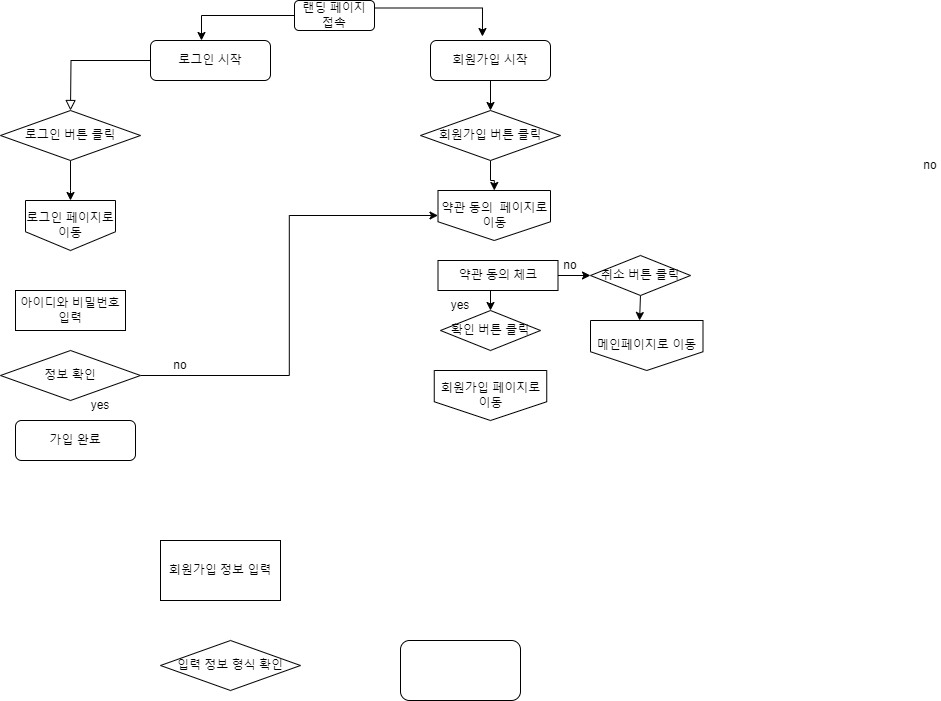
This is 로그인 플로우 차트.png from hyeonjeong0302/Hyeonjeong_JANG_Login, a draw.io export, as it was before one commit. Source tidied: cells renumbered, new cells last; positions are measured from the earlier drawing's top-left corner, leaving out a move shared by most shapes. Its diagram source:
```xml
<mxGraphModel>
  <root>
    <mxCell id="0" />
    <mxCell id="1" parent="0" />
    <mxCell id="2" style="rounded=0;html=1;jettySize=auto;fontSize=11;endArrow=block;endFill=0;endSize=8;strokeWidth=1;shadow=0;labelBackgroundColor=none;edgeStyle=orthogonalEdgeStyle;" parent="1" edge="1" source="3">
      <mxGeometry relative="1" as="geometry">
        <mxPoint x="70" y="110" as="targetPoint" />
      </mxGeometry>
    </mxCell>
    <mxCell id="3" value="로그인 시작" style="rounded=1;whiteSpace=wrap;html=1;fontSize=12;glass=0;strokeWidth=1;shadow=0;" parent="1" vertex="1">
      <mxGeometry x="150" y="40" width="120" height="40" as="geometry" />
    </mxCell>
    <mxCell id="4" style="edgeStyle=orthogonalEdgeStyle;rounded=0;jettySize=auto;html=1;exitX=0;exitY=0.5;exitDx=0;exitDy=0;entryX=0.425;entryY=0;entryDx=0;entryDy=0;entryPerimeter=0;" parent="1" edge="1" source="6" target="3">
      <mxGeometry relative="1" as="geometry" />
    </mxCell>
    <mxCell id="5" style="edgeStyle=orthogonalEdgeStyle;rounded=0;jettySize=auto;html=1;exitX=1;exitY=0.25;exitDx=0;exitDy=0;entryX=0.433;entryY=-0.1;entryDx=0;entryDy=0;entryPerimeter=0;" parent="1" edge="1" source="6" target="8">
      <mxGeometry relative="1" as="geometry" />
    </mxCell>
    <mxCell id="6" value="랜딩 페이지 접속" style="rounded=1;whiteSpace=wrap;html=1;" parent="1" vertex="1">
      <mxGeometry x="294" width="80" height="30" as="geometry" />
    </mxCell>
    <mxCell id="7" style="edgeStyle=orthogonalEdgeStyle;rounded=0;jettySize=auto;html=1;exitX=0.5;exitY=1;exitDx=0;exitDy=0;entryX=0.5;entryY=0;entryDx=0;entryDy=0;" parent="1" edge="1" source="8" target="12">
      <mxGeometry relative="1" as="geometry" />
    </mxCell>
    <mxCell id="8" value="회원가입 시작" style="rounded=1;whiteSpace=wrap;html=1;fontSize=12;glass=0;strokeWidth=1;shadow=0;" parent="1" vertex="1">
      <mxGeometry x="430" y="40" width="120" height="40" as="geometry" />
    </mxCell>
    <mxCell id="9" style="edgeStyle=orthogonalEdgeStyle;rounded=0;jettySize=auto;html=1;exitX=0.5;exitY=1;exitDx=0;exitDy=0;entryX=0.5;entryY=0;entryDx=0;entryDy=0;" parent="1" edge="1" source="10" target="13">
      <mxGeometry relative="1" as="geometry">
        <Array as="points">
          <mxPoint x="70" y="190" />
        </Array>
      </mxGeometry>
    </mxCell>
    <mxCell id="10" value="로그인 버튼 클릭" style="rhombus;whiteSpace=wrap;html=1;" parent="1" vertex="1">
      <mxGeometry y="110" width="140" height="50" as="geometry" />
    </mxCell>
    <mxCell id="11" style="edgeStyle=orthogonalEdgeStyle;rounded=0;jettySize=auto;html=1;exitX=0.5;exitY=1;exitDx=0;exitDy=0;" parent="1" edge="1" source="12" target="14">
      <mxGeometry relative="1" as="geometry" />
    </mxCell>
    <mxCell id="12" value="회원가입 버튼 클릭" style="rhombus;whiteSpace=wrap;html=1;" parent="1" vertex="1">
      <mxGeometry x="420" y="110" width="140" height="50" as="geometry" />
    </mxCell>
    <mxCell id="13" value="로그인 페이지로 이동" style="shape=offPageConnector;whiteSpace=wrap;html=1;" parent="1" vertex="1">
      <mxGeometry x="25" y="200" width="90" height="50" as="geometry" />
    </mxCell>
    <mxCell id="14" value="약관 동의&amp;nbsp; 페이지로 이동" style="shape=offPageConnector;whiteSpace=wrap;html=1;" parent="1" vertex="1">
      <mxGeometry x="437.5" y="190" width="112.5" height="50" as="geometry" />
    </mxCell>
    <mxCell id="15" value="아이디와 비밀번호 입력" style="rounded=0;whiteSpace=wrap;html=1;" parent="1" vertex="1">
      <mxGeometry x="15" y="290" width="110" height="40" as="geometry" />
    </mxCell>
    <mxCell id="16" style="edgeStyle=orthogonalEdgeStyle;rounded=0;jettySize=auto;html=1;entryX=0;entryY=0.5;entryDx=0;entryDy=0;" parent="1" edge="1" source="17" target="14">
      <mxGeometry relative="1" as="geometry" />
    </mxCell>
    <mxCell id="17" value="정보 확인" style="rhombus;whiteSpace=wrap;html=1;" parent="1" vertex="1">
      <mxGeometry y="350" width="140" height="50" as="geometry" />
    </mxCell>
    <mxCell id="18" value="회원가입 정보 입력" style="rounded=0;whiteSpace=wrap;html=1;" parent="1" vertex="1">
      <mxGeometry x="160" y="540" width="120" height="60" as="geometry" />
    </mxCell>
    <mxCell id="19" value="입력 정보 형식 확인" style="rhombus;whiteSpace=wrap;html=1;" parent="1" vertex="1">
      <mxGeometry x="160" y="640" width="140" height="50" as="geometry" />
    </mxCell>
    <mxCell id="20" style="rounded=1;whiteSpace=wrap;html=1;" parent="1" vertex="1">
      <mxGeometry x="400" y="640" width="120" height="60" as="geometry" />
    </mxCell>
    <mxCell id="21" value="가입 완료" style="rounded=1;whiteSpace=wrap;html=1;fontSize=12;glass=0;strokeWidth=1;shadow=0;" parent="1" vertex="1">
      <mxGeometry x="15" y="420" width="120" height="40" as="geometry" />
    </mxCell>
    <mxCell id="22" value="no" style="text;html=1;strokeColor=none;fillColor=none;align=center;verticalAlign=middle;whiteSpace=wrap;rounded=0;" parent="1" vertex="1">
      <mxGeometry x="170" y="360" width="20" height="10" as="geometry" />
    </mxCell>
    <mxCell id="23" value="yes" style="text;html=1;strokeColor=none;fillColor=none;align=center;verticalAlign=middle;whiteSpace=wrap;rounded=0;" parent="1" vertex="1">
      <mxGeometry x="90" y="400" width="20" height="10" as="geometry" />
    </mxCell>
    <mxCell id="24" style="edgeStyle=orthogonalEdgeStyle;rounded=0;jettySize=auto;html=1;exitX=1;exitY=0.5;exitDx=0;exitDy=0;entryX=0;entryY=0.5;entryDx=0;entryDy=0;" parent="1" edge="1" source="26" target="29">
      <mxGeometry relative="1" as="geometry" />
    </mxCell>
    <mxCell id="25" style="edgeStyle=orthogonalEdgeStyle;rounded=0;jettySize=auto;html=1;exitX=0.5;exitY=1;exitDx=0;exitDy=0;entryX=0.5;entryY=0;entryDx=0;entryDy=0;" parent="1" edge="1" source="26" target="30">
      <mxGeometry relative="1" as="geometry" />
    </mxCell>
    <mxCell id="26" value="약관 동의 체크" style="rounded=0;whiteSpace=wrap;html=1;" parent="1" vertex="1">
      <mxGeometry x="437.5" y="260" width="120" height="30" as="geometry" />
    </mxCell>
    <mxCell id="27" value="메인페이지로 이동" style="shape=offPageConnector;whiteSpace=wrap;html=1;" parent="1" vertex="1">
      <mxGeometry x="590" y="320" width="112.5" height="50" as="geometry" />
    </mxCell>
    <mxCell id="28" style="edgeStyle=orthogonalEdgeStyle;rounded=0;jettySize=auto;html=1;exitX=0.5;exitY=1;exitDx=0;exitDy=0;entryX=0.436;entryY=0;entryDx=0;entryDy=0;entryPerimeter=0;" parent="1" edge="1" source="29" target="27">
      <mxGeometry relative="1" as="geometry" />
    </mxCell>
    <mxCell id="29" value="취소 버튼 클릭" style="rhombus;whiteSpace=wrap;html=1;" parent="1" vertex="1">
      <mxGeometry x="590" y="255" width="100" height="40" as="geometry" />
    </mxCell>
    <mxCell id="30" value="확인 버튼 클릭" style="rhombus;whiteSpace=wrap;html=1;" parent="1" vertex="1">
      <mxGeometry x="440" y="310" width="100" height="40" as="geometry" />
    </mxCell>
    <mxCell id="31" value="no" style="text;html=1;strokeColor=none;fillColor=none;align=center;verticalAlign=middle;whiteSpace=wrap;rounded=0;" parent="1" vertex="1">
      <mxGeometry x="560" y="260" width="20" height="10" as="geometry" />
    </mxCell>
    <mxCell id="32" value="no" style="text;html=1;strokeColor=none;fillColor=none;align=center;verticalAlign=middle;whiteSpace=wrap;rounded=0;" parent="1" vertex="1">
      <mxGeometry x="920" y="160" width="20" height="10" as="geometry" />
    </mxCell>
    <mxCell id="33" value="yes" style="text;html=1;strokeColor=none;fillColor=none;align=center;verticalAlign=middle;whiteSpace=wrap;rounded=0;" parent="1" vertex="1">
      <mxGeometry x="450" y="300" width="20" height="10" as="geometry" />
    </mxCell>
    <mxCell id="34" value="회원가입 페이지로 이동" style="shape=offPageConnector;whiteSpace=wrap;html=1;" parent="1" vertex="1">
      <mxGeometry x="433.8" y="370" width="112.5" height="50" as="geometry" />
    </mxCell>
  </root>
</mxGraphModel>
```
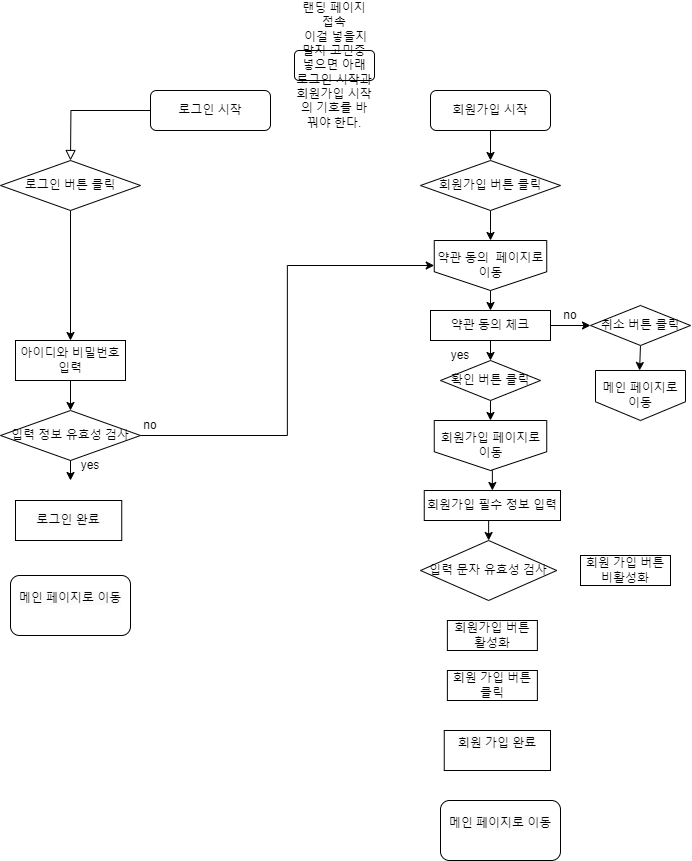
Above is the later version.

Commit message:
회원가입 후 로가우앗

Diff of the diagram source:
```diff
@@ -10,13 +10,7 @@
     <mxCell id="3" value="로그인 시작" style="rounded=1;whiteSpace=wrap;html=1;fontSize=12;glass=0;strokeWidth=1;shadow=0;" parent="1" vertex="1">
       <mxGeometry x="150" y="40" width="120" height="40" as="geometry" />
     </mxCell>
-    <mxCell id="4" style="edgeStyle=orthogonalEdgeStyle;rounded=0;jettySize=auto;html=1;exitX=0;exitY=0.5;exitDx=0;exitDy=0;entryX=0.425;entryY=0;entryDx=0;entryDy=0;entryPerimeter=0;" parent="1" edge="1" source="6" target="3">
-      <mxGeometry relative="1" as="geometry" />
-    </mxCell>
-    <mxCell id="5" style="edgeStyle=orthogonalEdgeStyle;rounded=0;jettySize=auto;html=1;exitX=1;exitY=0.25;exitDx=0;exitDy=0;entryX=0.433;entryY=-0.1;entryDx=0;entryDy=0;entryPerimeter=0;" parent="1" edge="1" source="6" target="8">
-      <mxGeometry relative="1" as="geometry" />
-    </mxCell>
-    <mxCell id="6" value="랜딩 페이지 접속" style="rounded=1;whiteSpace=wrap;html=1;" parent="1" vertex="1">
+    <mxCell id="6" value="랜딩 페이지 접속&lt;br&gt;&amp;nbsp;이걸 넣을지 말지 고민중 넣으면 아래 로그인 시작과 회원가입 시작의 기호를 바꿔야 한다." style="rounded=1;whiteSpace=wrap;html=1;" parent="1" vertex="1">
       <mxGeometry x="294" width="80" height="30" as="geometry" />
     </mxCell>
     <mxCell id="7" style="edgeStyle=orthogonalEdgeStyle;rounded=0;jettySize=auto;html=1;exitX=0.5;exitY=1;exitDx=0;exitDy=0;entryX=0.5;entryY=0;entryDx=0;entryDy=0;" parent="1" edge="1" source="8" target="12">
@@ -25,13 +19,9 @@
     <mxCell id="8" value="회원가입 시작" style="rounded=1;whiteSpace=wrap;html=1;fontSize=12;glass=0;strokeWidth=1;shadow=0;" parent="1" vertex="1">
       <mxGeometry x="430" y="40" width="120" height="40" as="geometry" />
     </mxCell>
-    <mxCell id="9" style="edgeStyle=orthogonalEdgeStyle;rounded=0;jettySize=auto;html=1;exitX=0.5;exitY=1;exitDx=0;exitDy=0;entryX=0.5;entryY=0;entryDx=0;entryDy=0;" parent="1" edge="1" source="10" target="13">
-      <mxGeometry relative="1" as="geometry">
-        <Array as="points">
-          <mxPoint x="70" y="190" />
-        </Array>
-      </mxGeometry>
-    </mxCell>
+    <mxCell id="35" style="edgeStyle=orthogonalEdgeStyle;rounded=0;jettySize=auto;html=1;exitX=0.5;exitY=1;exitDx=0;exitDy=0;entryX=0.5;entryY=0;entryDx=0;entryDy=0;" parent="1" edge="1" source="10" target="15">
+      <mxGeometry relative="1" as="geometry" />
+    </mxCell>
     <mxCell id="10" value="로그인 버튼 클릭" style="rhombus;whiteSpace=wrap;html=1;" parent="1" vertex="1">
       <mxGeometry y="110" width="140" height="50" as="geometry" />
     </mxCell>
@@ -41,38 +31,32 @@
     <mxCell id="12" value="회원가입 버튼 클릭" style="rhombus;whiteSpace=wrap;html=1;" parent="1" vertex="1">
       <mxGeometry x="420" y="110" width="140" height="50" as="geometry" />
     </mxCell>
-    <mxCell id="13" value="로그인 페이지로 이동" style="shape=offPageConnector;whiteSpace=wrap;html=1;" parent="1" vertex="1">
-      <mxGeometry x="25" y="200" width="90" height="50" as="geometry" />
-    </mxCell>
+    <mxCell id="36" style="edgeStyle=orthogonalEdgeStyle;rounded=0;jettySize=auto;html=1;exitX=0.5;exitY=1;exitDx=0;exitDy=0;entryX=0.5;entryY=0;entryDx=0;entryDy=0;" parent="1" edge="1" source="14" target="26">
+      <mxGeometry relative="1" as="geometry" />
+    </mxCell>
     <mxCell id="14" value="약관 동의&amp;nbsp; 페이지로 이동" style="shape=offPageConnector;whiteSpace=wrap;html=1;" parent="1" vertex="1">
-      <mxGeometry x="437.5" y="190" width="112.5" height="50" as="geometry" />
+      <mxGeometry x="433.8" y="190" width="112.5" height="50" as="geometry" />
     </mxCell>
+    <mxCell id="37" style="edgeStyle=orthogonalEdgeStyle;rounded=0;jettySize=auto;html=1;exitX=0.5;exitY=1;exitDx=0;exitDy=0;entryX=0.5;entryY=0;entryDx=0;entryDy=0;" parent="1" edge="1" source="15" target="17">
+      <mxGeometry relative="1" as="geometry" />
+    </mxCell>
     <mxCell id="15" value="아이디와 비밀번호 입력" style="rounded=0;whiteSpace=wrap;html=1;" parent="1" vertex="1">
       <mxGeometry x="15" y="290" width="110" height="40" as="geometry" />
     </mxCell>
     <mxCell id="16" style="edgeStyle=orthogonalEdgeStyle;rounded=0;jettySize=auto;html=1;entryX=0;entryY=0.5;entryDx=0;entryDy=0;" parent="1" edge="1" source="17" target="14">
       <mxGeometry relative="1" as="geometry" />
     </mxCell>
-    <mxCell id="17" value="정보 확인" style="rhombus;whiteSpace=wrap;html=1;" parent="1" vertex="1">
-      <mxGeometry y="350" width="140" height="50" as="geometry" />
-    </mxCell>
+    <mxCell id="38" style="edgeStyle=orthogonalEdgeStyle;rounded=0;jettySize=auto;html=1;exitX=0.5;exitY=1;exitDx=0;exitDy=0;entryX=0.5;entryY=0;entryDx=0;entryDy=0;" parent="1" edge="1" source="18" target="43">
+      <mxGeometry relative="1" as="geometry" />
+    </mxCell>
-    <mxCell id="18" value="회원가입 정보 입력" style="rounded=0;whiteSpace=wrap;html=1;" parent="1" vertex="1">
-      <mxGeometry x="160" y="540" width="120" height="60" as="geometry" />
+    <mxCell id="18" value="회원가입 필수 정보 입력" style="rounded=0;whiteSpace=wrap;html=1;" parent="1" vertex="1">
+      <mxGeometry x="423.8" y="440" width="136.2" height="30" as="geometry" />
     </mxCell>
-    <mxCell id="19" value="입력 정보 형식 확인" style="rhombus;whiteSpace=wrap;html=1;" parent="1" vertex="1">
-      <mxGeometry x="160" y="640" width="140" height="50" as="geometry" />
-    </mxCell>
-    <mxCell id="20" style="rounded=1;whiteSpace=wrap;html=1;" parent="1" vertex="1">
-      <mxGeometry x="400" y="640" width="120" height="60" as="geometry" />
-    </mxCell>
-    <mxCell id="21" value="가입 완료" style="rounded=1;whiteSpace=wrap;html=1;fontSize=12;glass=0;strokeWidth=1;shadow=0;" parent="1" vertex="1">
-      <mxGeometry x="15" y="420" width="120" height="40" as="geometry" />
-    </mxCell>
     <mxCell id="22" value="no" style="text;html=1;strokeColor=none;fillColor=none;align=center;verticalAlign=middle;whiteSpace=wrap;rounded=0;" parent="1" vertex="1">
-      <mxGeometry x="170" y="360" width="20" height="10" as="geometry" />
+      <mxGeometry x="140" y="370" width="20" height="10" as="geometry" />
     </mxCell>
     <mxCell id="23" value="yes" style="text;html=1;strokeColor=none;fillColor=none;align=center;verticalAlign=middle;whiteSpace=wrap;rounded=0;" parent="1" vertex="1">
-      <mxGeometry x="90" y="400" width="20" height="10" as="geometry" />
+      <mxGeometry x="80" y="410" width="20" height="10" as="geometry" />
     </mxCell>
     <mxCell id="24" style="edgeStyle=orthogonalEdgeStyle;rounded=0;jettySize=auto;html=1;exitX=1;exitY=0.5;exitDx=0;exitDy=0;entryX=0;entryY=0.5;entryDx=0;entryDy=0;" parent="1" edge="1" source="26" target="29">
       <mxGeometry relative="1" as="geometry" />
@@ -81,31 +65,68 @@
       <mxGeometry relative="1" as="geometry" />
     </mxCell>
     <mxCell id="26" value="약관 동의 체크" style="rounded=0;whiteSpace=wrap;html=1;" parent="1" vertex="1">
-      <mxGeometry x="437.5" y="260" width="120" height="30" as="geometry" />
+      <mxGeometry x="430" y="260" width="120" height="30" as="geometry" />
     </mxCell>
-    <mxCell id="27" value="메인페이지로 이동" style="shape=offPageConnector;whiteSpace=wrap;html=1;" parent="1" vertex="1">
-      <mxGeometry x="590" y="320" width="112.5" height="50" as="geometry" />
-    </mxCell>
-    <mxCell id="28" style="edgeStyle=orthogonalEdgeStyle;rounded=0;jettySize=auto;html=1;exitX=0.5;exitY=1;exitDx=0;exitDy=0;entryX=0.436;entryY=0;entryDx=0;entryDy=0;entryPerimeter=0;" parent="1" edge="1" source="29" target="27">
-      <mxGeometry relative="1" as="geometry" />
+    <mxCell id="28" style="edgeStyle=orthogonalEdgeStyle;rounded=0;jettySize=auto;html=1;exitX=0.5;exitY=1;exitDx=0;exitDy=0;entryX=0.436;entryY=0;entryDx=0;entryDy=0;entryPerimeter=0;" parent="1" edge="1" source="29">
+      <mxGeometry relative="1" as="geometry">
+        <mxPoint x="639.1" y="320" as="targetPoint" />
+      </mxGeometry>
     </mxCell>
     <mxCell id="29" value="취소 버튼 클릭" style="rhombus;whiteSpace=wrap;html=1;" parent="1" vertex="1">
       <mxGeometry x="590" y="255" width="100" height="40" as="geometry" />
     </mxCell>
+    <mxCell id="39" style="edgeStyle=orthogonalEdgeStyle;rounded=0;jettySize=auto;html=1;exitX=0.5;exitY=1;exitDx=0;exitDy=0;entryX=0.5;entryY=0;entryDx=0;entryDy=0;" parent="1" edge="1" source="30" target="34">
+      <mxGeometry relative="1" as="geometry" />
+    </mxCell>
     <mxCell id="30" value="확인 버튼 클릭" style="rhombus;whiteSpace=wrap;html=1;" parent="1" vertex="1">
       <mxGeometry x="440" y="310" width="100" height="40" as="geometry" />
     </mxCell>
     <mxCell id="31" value="no" style="text;html=1;strokeColor=none;fillColor=none;align=center;verticalAlign=middle;whiteSpace=wrap;rounded=0;" parent="1" vertex="1">
       <mxGeometry x="560" y="260" width="20" height="10" as="geometry" />
     </mxCell>
-    <mxCell id="32" value="no" style="text;html=1;strokeColor=none;fillColor=none;align=center;verticalAlign=middle;whiteSpace=wrap;rounded=0;" parent="1" vertex="1">
-      <mxGeometry x="920" y="160" width="20" height="10" as="geometry" />
-    </mxCell>
     <mxCell id="33" value="yes" style="text;html=1;strokeColor=none;fillColor=none;align=center;verticalAlign=middle;whiteSpace=wrap;rounded=0;" parent="1" vertex="1">
       <mxGeometry x="450" y="300" width="20" height="10" as="geometry" />
     </mxCell>
+    <mxCell id="40" style="edgeStyle=orthogonalEdgeStyle;rounded=0;jettySize=auto;html=1;exitX=0.5;exitY=1;exitDx=0;exitDy=0;entryX=0.5;entryY=0;entryDx=0;entryDy=0;" parent="1" edge="1" source="34" target="18">
+      <mxGeometry relative="1" as="geometry" />
+    </mxCell>
     <mxCell id="34" value="회원가입 페이지로 이동" style="shape=offPageConnector;whiteSpace=wrap;html=1;" parent="1" vertex="1">
       <mxGeometry x="433.8" y="370" width="112.5" height="50" as="geometry" />
     </mxCell>
+    <mxCell id="41" style="edgeStyle=orthogonalEdgeStyle;rounded=0;jettySize=auto;html=1;exitX=0.5;exitY=1;exitDx=0;exitDy=0;entryX=0.5;entryY=0;entryDx=0;entryDy=0;" parent="1" edge="1" source="17">
+      <mxGeometry relative="1" as="geometry">
+        <mxPoint x="70" y="430" as="targetPoint" />
+      </mxGeometry>
+    </mxCell>
+    <mxCell id="17" value="입력 정보 유효성 검사" style="rhombus;whiteSpace=wrap;html=1;" parent="1" vertex="1">
+      <mxGeometry y="360" width="140" height="50" as="geometry" />
+    </mxCell>
+    <mxCell id="42" value="메인 페이지로 이동" style="shape=offPageConnector;whiteSpace=wrap;html=1;" parent="1" vertex="1">
+      <mxGeometry x="595" y="320" width="90" height="50" as="geometry" />
+    </mxCell>
+    <mxCell id="43" value="입력 문자 유효성 검사" style="rhombus;whiteSpace=wrap;html=1;" parent="1" vertex="1">
+      <mxGeometry x="420" y="490" width="136.2" height="60" as="geometry" />
+    </mxCell>
+    <mxCell id="44" value="회원 가입 버튼 비활성화" style="rounded=0;whiteSpace=wrap;html=1;" parent="1" vertex="1">
+      <mxGeometry x="580" y="505" width="90" height="30" as="geometry" />
+    </mxCell>
+    <mxCell id="45" value="회원가입 버튼 활성화" style="rounded=0;whiteSpace=wrap;html=1;" parent="1" vertex="1">
+      <mxGeometry x="446.9" y="570" width="90" height="30" as="geometry" />
+    </mxCell>
+    <mxCell id="46" value="회원 가입 버튼 클릭" style="rounded=0;whiteSpace=wrap;html=1;" parent="1" vertex="1">
+      <mxGeometry x="446.9" y="620" width="90" height="30" as="geometry" />
+    </mxCell>
+    <mxCell id="47" value="&#10;&lt;span style=&quot;color: rgb(0, 0, 0); font-family: Helvetica; font-size: 12px; font-style: normal; font-variant-ligatures: normal; font-variant-caps: normal; font-weight: 400; letter-spacing: normal; orphans: 2; text-align: center; text-indent: 0px; text-transform: none; widows: 2; word-spacing: 0px; -webkit-text-stroke-width: 0px; background-color: rgb(251, 251, 251); text-decoration-thickness: initial; text-decoration-style: initial; text-decoration-color: initial; float: none; display: inline !important;&quot;&gt;메인 페이지로 이동&lt;/span&gt;&#10;&#10;" style="rounded=1;whiteSpace=wrap;html=1;" parent="1" vertex="1">
+      <mxGeometry x="440" y="750" width="120" height="60" as="geometry" />
+    </mxCell>
+    <mxCell id="48" value="&#10;&lt;span style=&quot;color: rgb(0, 0, 0); font-family: Helvetica; font-size: 12px; font-style: normal; font-variant-ligatures: normal; font-variant-caps: normal; font-weight: 400; letter-spacing: normal; orphans: 2; text-align: center; text-indent: 0px; text-transform: none; widows: 2; word-spacing: 0px; -webkit-text-stroke-width: 0px; background-color: rgb(251, 251, 251); text-decoration-thickness: initial; text-decoration-style: initial; text-decoration-color: initial; float: none; display: inline !important;&quot;&gt;회원 가입 완료&lt;/span&gt;&#10;&#10;" style="rounded=0;whiteSpace=wrap;html=1;" parent="1" vertex="1">
+      <mxGeometry x="443.8" y="680" width="106.2" height="40" as="geometry" />
+    </mxCell>
+    <mxCell id="49" value="&lt;span style=&quot;color: rgb(0, 0, 0); font-family: Helvetica; font-size: 12px; font-style: normal; font-variant-ligatures: normal; font-variant-caps: normal; font-weight: 400; letter-spacing: normal; orphans: 2; text-align: center; text-indent: 0px; text-transform: none; widows: 2; word-spacing: 0px; -webkit-text-stroke-width: 0px; background-color: rgb(251, 251, 251); text-decoration-thickness: initial; text-decoration-style: initial; text-decoration-color: initial; float: none; display: inline !important;&quot;&gt;로그인 완료&lt;/span&gt;&lt;br&gt;" style="rounded=0;whiteSpace=wrap;html=1;" parent="1" vertex="1">
+      <mxGeometry x="15" y="450" width="106.2" height="40" as="geometry" />
+    </mxCell>
+    <mxCell id="50" value="&#10;&lt;span style=&quot;color: rgb(0, 0, 0); font-family: Helvetica; font-size: 12px; font-style: normal; font-variant-ligatures: normal; font-variant-caps: normal; font-weight: 400; letter-spacing: normal; orphans: 2; text-align: center; text-indent: 0px; text-transform: none; widows: 2; word-spacing: 0px; -webkit-text-stroke-width: 0px; background-color: rgb(251, 251, 251); text-decoration-thickness: initial; text-decoration-style: initial; text-decoration-color: initial; float: none; display: inline !important;&quot;&gt;메인 페이지로 이동&lt;/span&gt;&#10;&#10;" style="rounded=1;whiteSpace=wrap;html=1;" parent="1" vertex="1">
+      <mxGeometry x="10" y="525" width="120" height="60" as="geometry" />
+    </mxCell>
   </root>
 </mxGraphModel>
```
